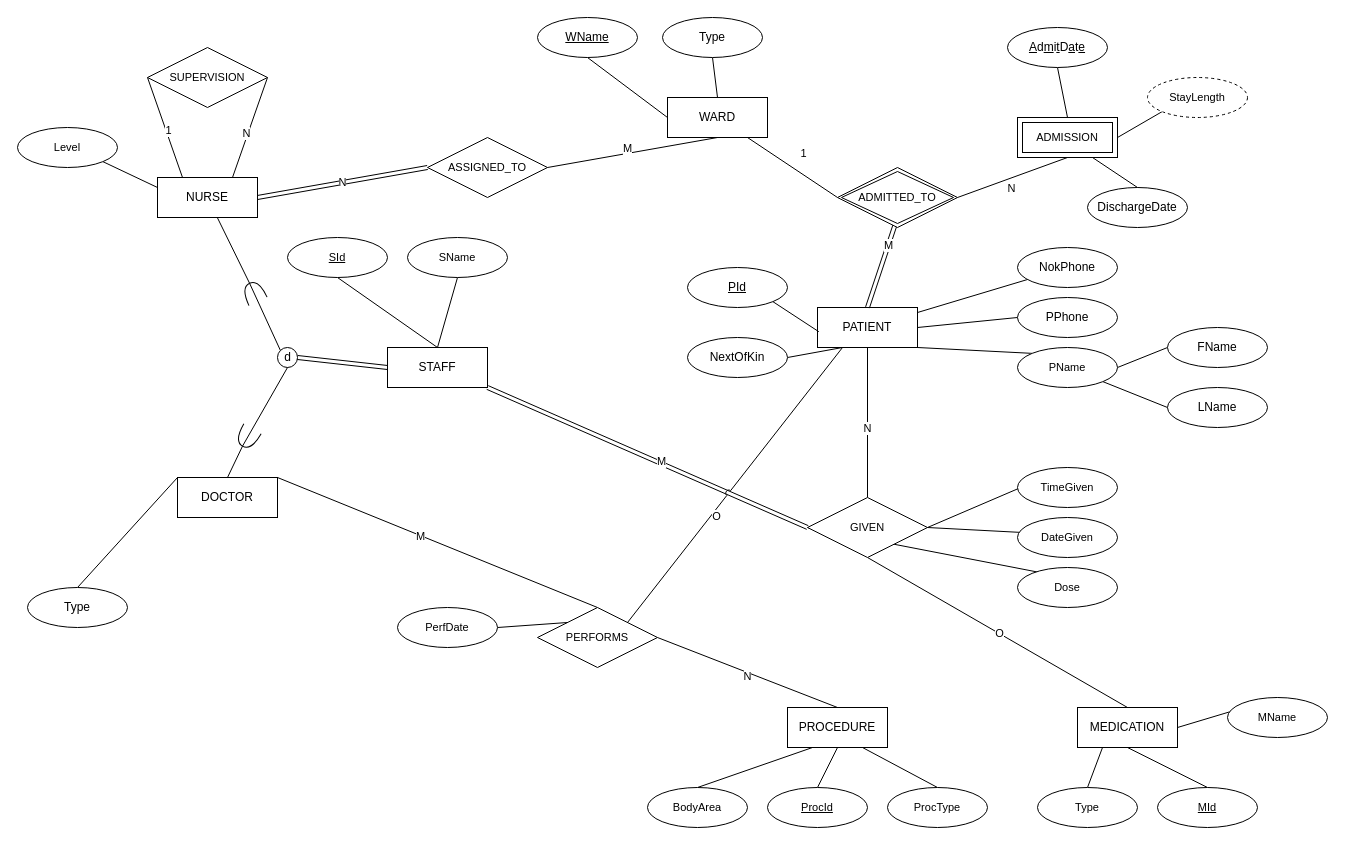
The draw.io diagram Untitled Diagram.drawio in alexwhite1995/Assignments, before the edit. Source tidied: cells renumbered, new cells numbered last; positions are measured from the earlier drawing's top-left corner, leaving out a move shared by most shapes. Both pictures are drawn from the tidied source at 100%, with x=0, y=0 at pixel (17, 17).
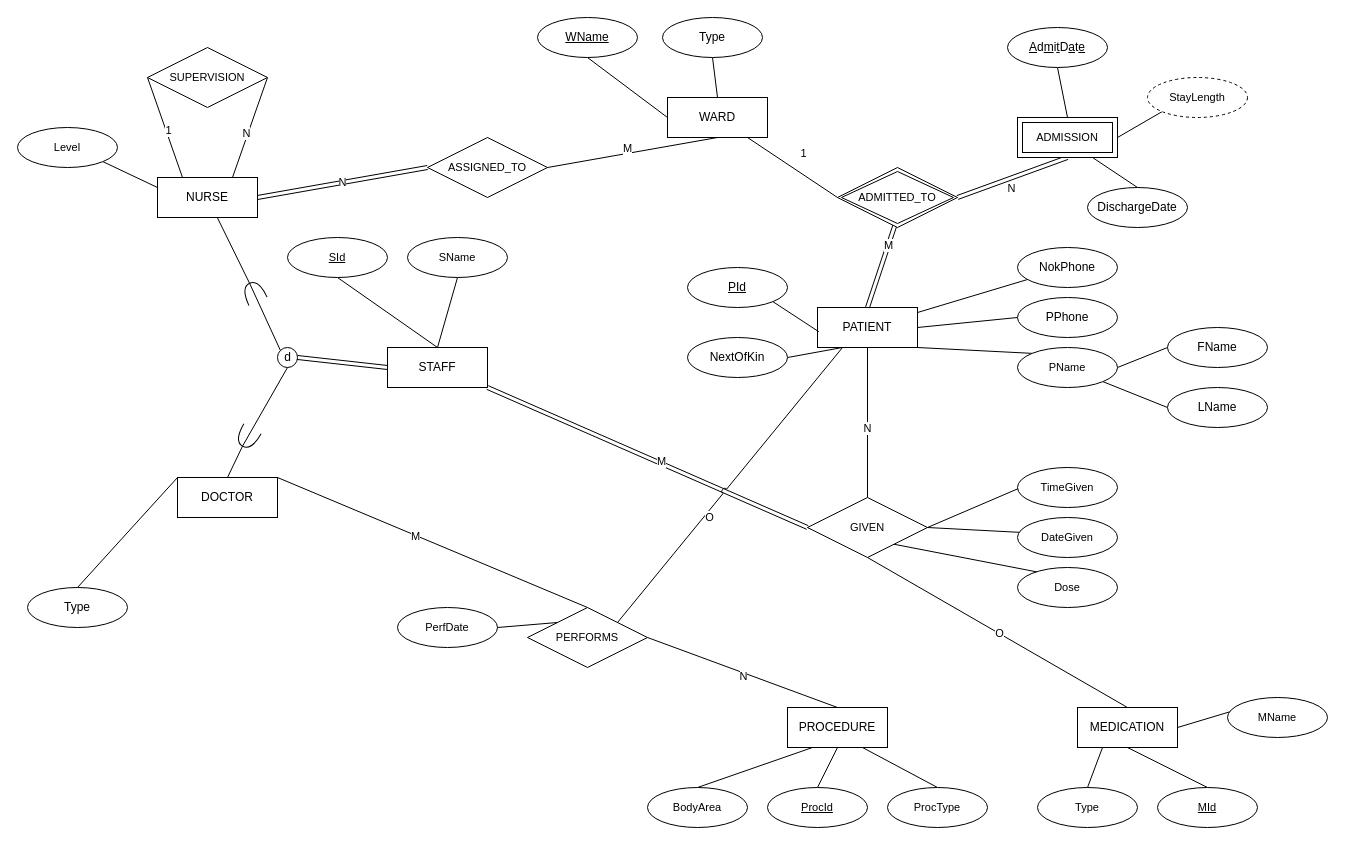
After the change.

The change refers to these unchanged cells:
```xml
<mxCell id="39" value="ADMITTED_TO" style="shape=rhombus;double=1;perimeter=rhombusPerimeter;whiteSpace=wrap;html=1;align=center;fontFamily=Helvetica;fontSize=11;fontColor=default;labelBackgroundColor=default;" parent="1" vertex="1">
  <mxGeometry x="820" y="150" width="120" height="60" as="geometry" />
</mxCell>
<mxCell id="45" value="ADMISSION" style="shape=ext;margin=3;double=1;whiteSpace=wrap;html=1;align=center;fontFamily=Helvetica;fontSize=11;fontColor=default;labelBackgroundColor=default;" parent="1" vertex="1">
  <mxGeometry x="1000" y="100" width="100" height="40" as="geometry" />
</mxCell>
```

What changed in the source:
```diff
@@
-    <mxCell id="40" style="edgeStyle=none;rounded=0;jettySize=auto;html=1;exitX=0.5;exitY=1;exitDx=0;exitDy=0;entryX=1;entryY=0.5;entryDx=0;entryDy=0;strokeColor=default;align=center;verticalAlign=middle;fontFamily=Helvetica;fontSize=11;fontColor=default;labelBackgroundColor=default;endArrow=none;endFill=0;" parent="1" edge="1" source="45" target="39">
+    <mxCell id="40" style="edgeStyle=none;rounded=0;jettySize=auto;html=1;exitX=0.5;exitY=1;exitDx=0;exitDy=0;entryX=1;entryY=0.5;entryDx=0;entryDy=0;strokeColor=default;align=center;verticalAlign=middle;fontFamily=Helvetica;fontSize=11;fontColor=default;labelBackgroundColor=default;endArrow=none;endFill=0;shape=link;" parent="1" edge="1" source="45" target="39">
       <mxGeometry relative="1" as="geometry" />
     </mxCell>
@@
     <mxCell id="72" value="PERFORMS" style="shape=rhombus;perimeter=rhombusPerimeter;whiteSpace=wrap;html=1;align=center;fontFamily=Helvetica;fontSize=11;fontColor=default;labelBackgroundColor=default;" parent="1" vertex="1">
-      <mxGeometry x="520" y="590" width="120" height="60" as="geometry" />
+      <mxGeometry x="510" y="590" width="120" height="60" as="geometry" />
     </mxCell>
```
